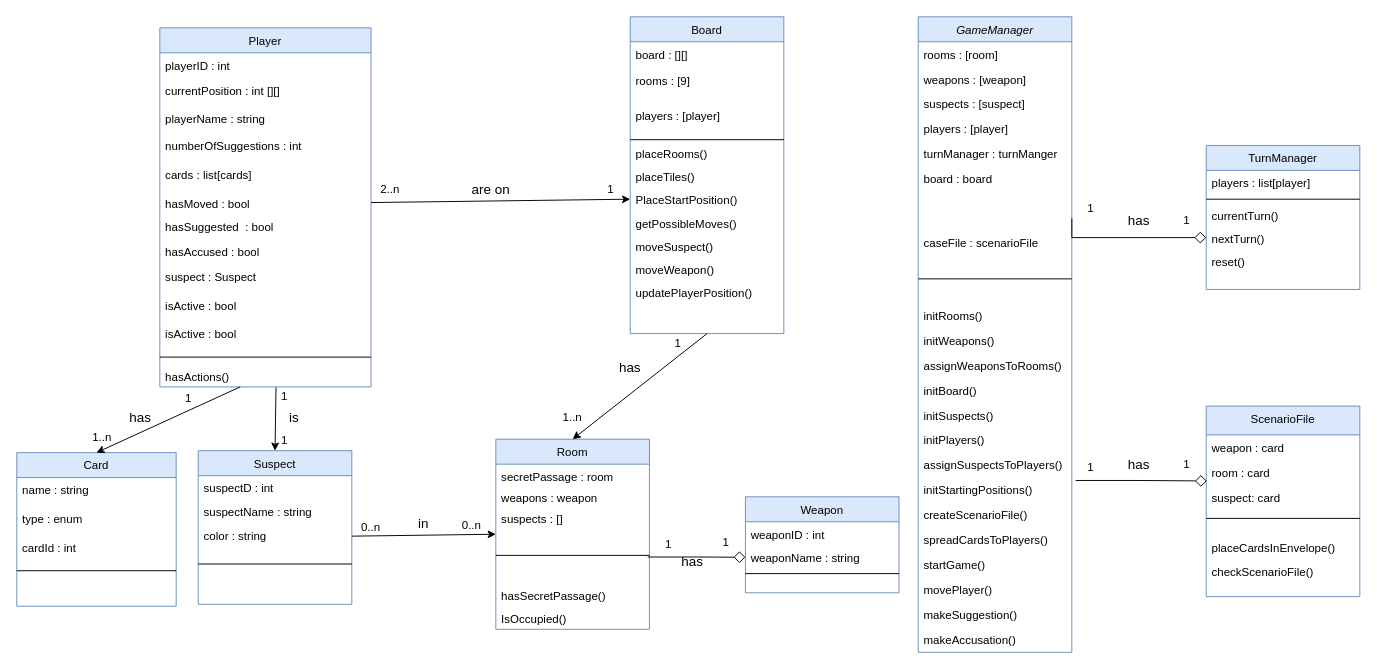
The draw.io diagram uml-diagram.drawio in Acelhaka/Clueless-game, before the edit. Source tidied: cells renumbered, new cells numbered last; positions are measured from the earlier drawing's top-left corner, leaving out a move shared by most shapes. Both pictures are drawn from the tidied source at 96%, with x=0, y=0 at pixel (16, 16).
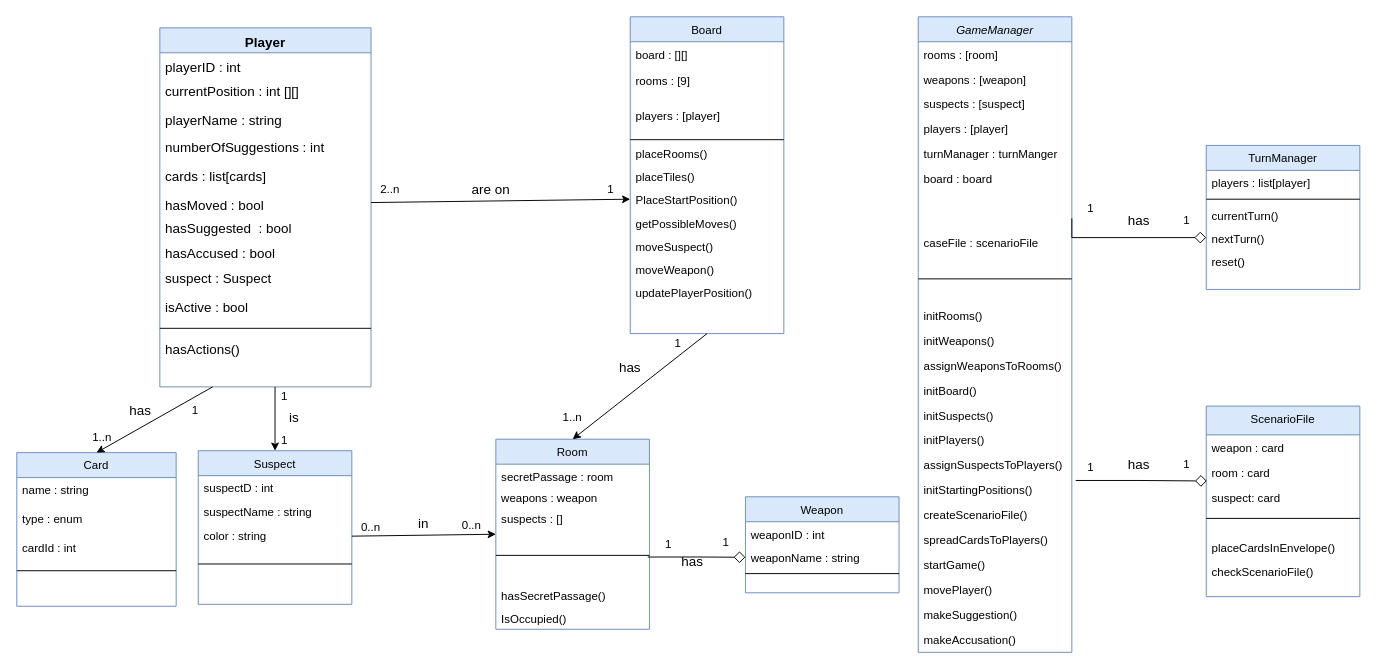
The same page after the edit.

The change refers to these unchanged cells:
```xml
<mxCell id="35" value="Card" style="swimlane;fontStyle=0;align=center;verticalAlign=top;horizontal=1;startSize=26;rounded=0;shadow=0;strokeWidth=1;swimlaneFillColor=none;fillColor=#dae8fc;strokeColor=#6c8ebf;" parent="1" vertex="1">
  <mxGeometry y="454" width="166" height="160" as="geometry" />
</mxCell>
<mxCell id="51" value="Suspect" style="swimlane;fontStyle=0;align=center;verticalAlign=top;horizontal=1;startSize=26;rounded=0;shadow=0;strokeWidth=1;swimlaneFillColor=none;fillColor=#dae8fc;strokeColor=#6c8ebf;" parent="1" vertex="1">
  <mxGeometry x="189" y="452" width="160" height="160" as="geometry" />
</mxCell>
<mxCell id="68" value="1" style="text;html=1;strokeColor=none;fillColor=none;align=center;verticalAlign=middle;whiteSpace=wrap;rounded=0;" parent="1" vertex="1">
  <mxGeometry x="259" y="385.5" width="40" height="20" as="geometry" />
</mxCell>
```

The edit, as a diff of the source:
```diff
@@
-    <mxCell id="21" value="Player" style="swimlane;fontStyle=0;align=center;verticalAlign=top;horizontal=1;startSize=26;rounded=0;shadow=0;strokeWidth=1;swimlaneFillColor=none;fillColor=#dae8fc;strokeColor=#6c8ebf;" parent="1" vertex="1">
+    <mxCell id="21" value="Player" style="swimlane;fontStyle=1;align=center;verticalAlign=top;horizontal=1;startSize=26;rounded=0;shadow=0;strokeWidth=1;swimlaneFillColor=none;fillColor=#dae8fc;strokeColor=#6c8ebf;fontSize=14;" parent="1" vertex="1">
       <mxGeometry x="149" y="11.5" width="220" height="374" as="geometry" />
     </mxCell>
-    <mxCell id="22" value="playerID : int" style="text;align=left;verticalAlign=top;spacingLeft=4;spacingRight=4;overflow=hidden;" parent="21" vertex="1">
+    <mxCell id="22" value="playerID : int" style="text;align=left;verticalAlign=top;spacingLeft=4;spacingRight=4;overflow=hidden;fontSize=14;" parent="21" vertex="1">
       <mxGeometry y="26" width="220" height="26" as="geometry" />
     </mxCell>
-    <mxCell id="23" value="currentPosition : int [][]" style="text;align=left;verticalAlign=top;spacingLeft=4;spacingRight=4;overflow=hidden;rounded=0;shadow=0;html=0;" parent="21" vertex="1">
+    <mxCell id="23" value="currentPosition : int [][]" style="text;align=left;verticalAlign=top;spacingLeft=4;spacingRight=4;overflow=hidden;rounded=0;shadow=0;html=0;fontSize=14;" parent="21" vertex="1">
       <mxGeometry y="52" width="220" height="30" as="geometry" />
     </mxCell>
-    <mxCell id="24" value="playerName : string" style="text;align=left;verticalAlign=top;spacingLeft=4;spacingRight=4;overflow=hidden;rounded=0;shadow=0;html=0;" parent="21" vertex="1">
+    <mxCell id="24" value="playerName : string" style="text;align=left;verticalAlign=top;spacingLeft=4;spacingRight=4;overflow=hidden;rounded=0;shadow=0;html=0;fontSize=14;" parent="21" vertex="1">
       <mxGeometry y="82" width="220" height="28" as="geometry" />
     </mxCell>
-    <mxCell id="25" value="numberOfSuggestions : int" style="text;align=left;verticalAlign=top;spacingLeft=4;spacingRight=4;overflow=hidden;rounded=0;shadow=0;html=0;" parent="21" vertex="1">
+    <mxCell id="25" value="numberOfSuggestions : int" style="text;align=left;verticalAlign=top;spacingLeft=4;spacingRight=4;overflow=hidden;rounded=0;shadow=0;html=0;fontSize=14;" parent="21" vertex="1">
       <mxGeometry y="110" width="220" height="30" as="geometry" />
     </mxCell>
-    <mxCell id="26" value="cards : list[cards]&#10;" style="text;align=left;verticalAlign=top;spacingLeft=4;spacingRight=4;overflow=hidden;rounded=0;shadow=0;html=0;" parent="21" vertex="1">
+    <mxCell id="26" value="cards : list[cards]&#10;" style="text;align=left;verticalAlign=top;spacingLeft=4;spacingRight=4;overflow=hidden;rounded=0;shadow=0;html=0;fontSize=14;" parent="21" vertex="1">
       <mxGeometry y="140" width="220" height="30" as="geometry" />
     </mxCell>
-    <mxCell id="27" value="hasMoved : bool" style="text;align=left;verticalAlign=top;spacingLeft=4;spacingRight=4;overflow=hidden;points=[[0,0.5],[1,0.5]];portConstraint=eastwest;" parent="21" vertex="1">
+    <mxCell id="27" value="hasMoved : bool" style="text;align=left;verticalAlign=top;spacingLeft=4;spacingRight=4;overflow=hidden;points=[[0,0.5],[1,0.5]];portConstraint=eastwest;fontSize=14;" parent="21" vertex="1">
       <mxGeometry y="170" width="220" height="24" as="geometry" />
     </mxCell>
-    <mxCell id="28" value="hasSuggested  : bool" style="text;align=left;verticalAlign=top;spacingLeft=4;spacingRight=4;overflow=hidden;" parent="21" vertex="1">
+    <mxCell id="28" value="hasSuggested  : bool" style="text;align=left;verticalAlign=top;spacingLeft=4;spacingRight=4;overflow=hidden;fontSize=14;" parent="21" vertex="1">
       <mxGeometry y="194" width="220" height="26" as="geometry" />
     </mxCell>
-    <mxCell id="29" value="hasAccused : bool" style="text;align=left;verticalAlign=top;spacingLeft=4;spacingRight=4;overflow=hidden;" parent="21" vertex="1">
+    <mxCell id="29" value="hasAccused : bool" style="text;align=left;verticalAlign=top;spacingLeft=4;spacingRight=4;overflow=hidden;fontSize=14;" parent="21" vertex="1">
       <mxGeometry y="220" width="220" height="26" as="geometry" />
     </mxCell>
-    <mxCell id="30" value="suspect : Suspect" style="text;align=left;verticalAlign=top;spacingLeft=4;spacingRight=4;overflow=hidden;rounded=0;shadow=0;html=0;" parent="21" vertex="1">
+    <mxCell id="30" value="suspect : Suspect" style="text;align=left;verticalAlign=top;spacingLeft=4;spacingRight=4;overflow=hidden;rounded=0;shadow=0;html=0;fontSize=14;" parent="21" vertex="1">
       <mxGeometry y="246" width="220" height="30" as="geometry" />
     </mxCell>
-    <mxCell id="31" value="isActive : bool" style="text;align=left;verticalAlign=top;spacingLeft=4;spacingRight=4;overflow=hidden;rounded=0;shadow=0;html=0;" parent="21" vertex="1">
+    <mxCell id="31" value="isActive : bool" style="text;align=left;verticalAlign=top;spacingLeft=4;spacingRight=4;overflow=hidden;rounded=0;shadow=0;html=0;fontSize=14;" parent="21" vertex="1">
       <mxGeometry y="276" width="220" height="30" as="geometry" />
     </mxCell>
-    <mxCell id="32" value="isActive : bool" style="text;align=left;verticalAlign=top;spacingLeft=4;spacingRight=4;overflow=hidden;rounded=0;shadow=0;html=0;" parent="21" vertex="1">
-      <mxGeometry y="306" width="220" height="30" as="geometry" />
-    </mxCell>
     <mxCell id="33" style="line;html=1;strokeWidth=1;align=left;verticalAlign=middle;spacingTop=-1;spacingLeft=3;spacingRight=3;labelPosition=right;" parent="21" vertex="1">
-      <mxGeometry y="336" width="220" height="14" as="geometry" />
+      <mxGeometry y="306" width="220" height="14" as="geometry" />
     </mxCell>
-    <mxCell id="34" value="hasActions()" style="text;align=left;verticalAlign=top;spacingLeft=4;spacingRight=4;overflow=hidden;points=[[0,0.5],[1,0.5]];portConstraint=eastwest;" parent="21" vertex="1">
-      <mxGeometry y="350" width="220" height="24" as="geometry" />
+    <mxCell id="34" value="hasActions()" style="text;align=left;verticalAlign=top;spacingLeft=4;spacingRight=4;overflow=hidden;points=[[0,0.5],[1,0.5]];portConstraint=eastwest;fontSize=14;" parent="21" vertex="1">
+      <mxGeometry y="320" width="220" height="24" as="geometry" />
     </mxCell>
@@
-    <mxCell id="66" style="endArrow=classic;html=1;entryX=0.5;entryY=0;entryDx=0;entryDy=0;exitX=0.55;exitY=1.021;exitDx=0;exitDy=0;exitPerimeter=0;" parent="1" edge="1" source="34" target="51">
+    <mxCell id="66" style="endArrow=classic;html=1;entryX=0.5;entryY=0;entryDx=0;entryDy=0;exitX=0.25;exitY=0;exitDx=0;exitDy=0;" parent="1" edge="1" source="68" target="51">
       <mxGeometry relative="1" as="geometry" />
     </mxCell>
@@
-    <mxCell id="111" style="endArrow=classic;html=1;entryX=0.5;entryY=0;entryDx=0;entryDy=0;" parent="1" edge="1" source="34" target="35">
+    <mxCell id="111" style="endArrow=classic;html=1;entryX=0.5;entryY=0;entryDx=0;entryDy=0;exitX=0.25;exitY=1;exitDx=0;exitDy=0;" parent="1" edge="1" source="21" target="35">
       <mxGeometry relative="1" as="geometry" />
     </mxCell>
     <mxCell id="112" value="1" style="text;html=1;strokeColor=none;fillColor=none;align=center;verticalAlign=middle;whiteSpace=wrap;rounded=0;" parent="1" vertex="1">
-      <mxGeometry x="159" y="388" width="40" height="20" as="geometry" />
+      <mxGeometry x="166" y="400" width="40" height="20" as="geometry" />
     </mxCell>
@@
     <mxCell id="114" value="&lt;font style=&quot;font-size: 14px&quot;&gt;has&lt;/font&gt;" style="text;html=1;strokeColor=none;fillColor=none;align=center;verticalAlign=middle;whiteSpace=wrap;rounded=0;" parent="1" vertex="1">
-      <mxGeometry x="109" y="408" width="40" height="20" as="geometry" />
+      <mxGeometry x="109" y="400" width="40" height="20" as="geometry" />
     </mxCell>
```
